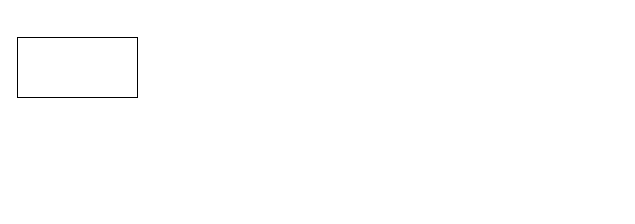
Earlier version of the draw.io diagram SLAB_Bentley.drawio (AidanRabinowitz/DesignProject-SLAB). Source tidied: cells renumbered, new cells numbered last; positions are measured from the earlier drawing's top-left corner, leaving out a move shared by most shapes. Both pictures are drawn from the tidied source at 100%, with x=0, y=0 at pixel (17, 37).
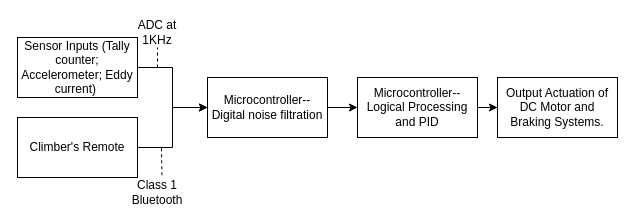
Above is the later version.

What changed in the source:
```diff
@@
 <mxGraphModel>
   <root>
     <mxCell id="0" />
     <mxCell id="1" parent="0" />
+    <mxCell id="3" style="edgeStyle=orthogonalEdgeStyle;rounded=0;jettySize=auto;html=1;" parent="1" edge="1" source="2" target="5">
+      <mxGeometry relative="1" as="geometry" />
+    </mxCell>
-    <mxCell id="2" style="rounded=0;whiteSpace=wrap;html=1;" parent="1" vertex="1">
+    <mxCell id="2" value="Sensor Inputs (Tally counter; Accelerometer; Eddy current)&amp;nbsp;" style="rounded=0;whiteSpace=wrap;html=1;" parent="1" vertex="1">
       <mxGeometry width="120" height="60" as="geometry" />
     </mxCell>
+    <mxCell id="4" style="edgeStyle=orthogonalEdgeStyle;rounded=0;jettySize=auto;html=1;" parent="1" edge="1" source="5" target="7">
+      <mxGeometry relative="1" as="geometry" />
+    </mxCell>
+    <mxCell id="5" value="Microcontroller--Digital noise filtration" style="whiteSpace=wrap;html=1;rounded=0;" parent="1" vertex="1">
+      <mxGeometry x="190" y="40" width="120" height="60" as="geometry" />
+    </mxCell>
+    <mxCell id="6" style="edgeStyle=orthogonalEdgeStyle;rounded=0;jettySize=auto;html=1;" parent="1" edge="1" source="7" target="8">
+      <mxGeometry relative="1" as="geometry" />
+    </mxCell>
+    <mxCell id="7" value="Microcontroller--Logical Processing and PID" style="whiteSpace=wrap;html=1;rounded=0;" parent="1" vertex="1">
+      <mxGeometry x="340" y="40" width="120" height="60" as="geometry" />
+    </mxCell>
+    <mxCell id="8" value="Output Actuation of DC Motor and Braking Systems." style="whiteSpace=wrap;html=1;rounded=0;" parent="1" vertex="1">
+      <mxGeometry x="480" y="40" width="120" height="60" as="geometry" />
+    </mxCell>
+    <mxCell id="9" style="endArrow=none;dashed=1;html=1;rounded=0;" parent="1" edge="1" target="10">
+      <mxGeometry relative="1" as="geometry">
+        <mxPoint x="140" y="30" as="sourcePoint" />
+      </mxGeometry>
+    </mxCell>
+    <mxCell id="10" value="ADC at 1KHz" style="text;html=1;align=center;verticalAlign=middle;whiteSpace=wrap;rounded=0;" parent="1" vertex="1">
+      <mxGeometry x="110" y="-20" width="60" height="30" as="geometry" />
+    </mxCell>
+    <mxCell id="11" style="edgeStyle=orthogonalEdgeStyle;rounded=0;jettySize=auto;html=1;exitX=1;exitY=0.5;exitDx=0;exitDy=0;entryX=0;entryY=0.5;entryDx=0;entryDy=0;" parent="1" edge="1" source="12" target="5">
+      <mxGeometry relative="1" as="geometry" />
+    </mxCell>
+    <mxCell id="12" value="Climber's Remote" style="rounded=0;whiteSpace=wrap;html=1;" parent="1" vertex="1">
+      <mxGeometry y="80" width="120" height="60" as="geometry" />
+    </mxCell>
+    <mxCell id="13" value="Class 1 Bluetooth" style="text;html=1;align=center;verticalAlign=middle;whiteSpace=wrap;rounded=0;" parent="1" vertex="1">
+      <mxGeometry x="110" y="140" width="60" height="30" as="geometry" />
+    </mxCell>
+    <mxCell id="14" style="endArrow=none;dashed=1;html=1;rounded=0;exitX=0.574;exitY=-0.076;exitDx=0;exitDy=0;exitPerimeter=0;" parent="1" edge="1" source="13">
+      <mxGeometry relative="1" as="geometry">
+        <mxPoint x="144" y="110" as="targetPoint" />
+      </mxGeometry>
+    </mxCell>
   </root>
 </mxGraphModel>
```
